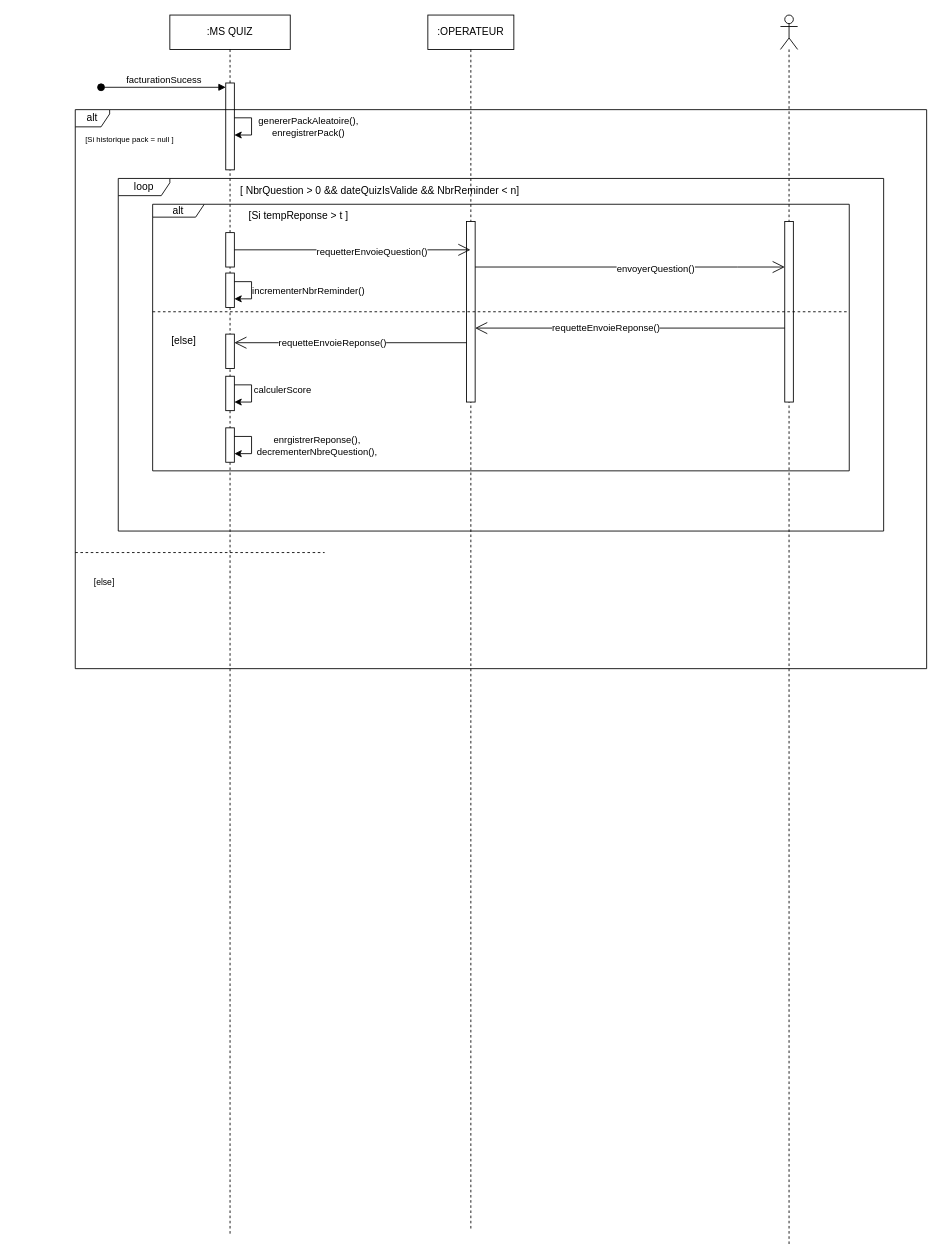
kbvac/Diagramme-UML keeps this draw.io diagram as page "DS-MODELE-GAME-B1" (3 of 5) of QuizDiagram.drawio. Above is the earlier version. Source tidied: cells renumbered, new cells numbered last; positions are measured from the earlier drawing's top-left corner, leaving out a move shared by most shapes. Both pictures are drawn from the tidied source at 86%, with x=0, y=0 at pixel (75, 15).
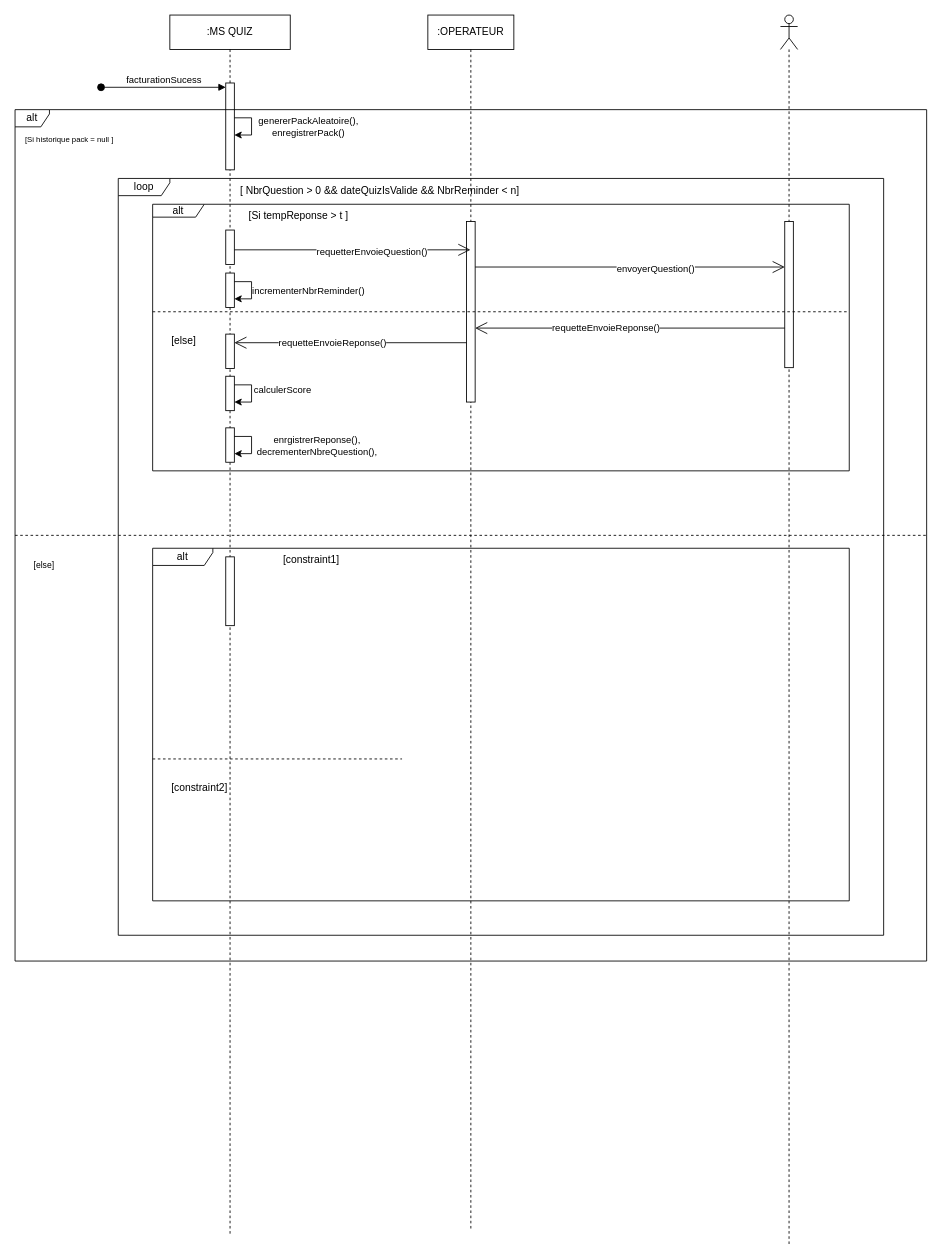
After the change.

Unchanged cells that the change refers to:
```xml
<mxCell id="2" style="shape=umlLifeline;perimeter=lifelinePerimeter;whiteSpace=wrap;html=1;newEdgeStyle={&quot;curved&quot;:0,&quot;rounded&quot;:0};participant=umlActor;" parent="1" vertex="1">
  <mxGeometry x="820" width="20" height="1430" as="geometry" />
</mxCell>
<mxCell id="5" style="html=1;points=[[0,0,0,0,5],[0,1,0,0,-5],[1,0,0,0,5],[1,1,0,0,-5]];perimeter=orthogonalPerimeter;outlineConnect=0;targetShapes=umlLifeline;portConstraint=eastwest;newEdgeStyle={&quot;curved&quot;:0,&quot;rounded&quot;:0};" parent="4" vertex="1">
  <mxGeometry x="45" y="240" width="10" height="210" as="geometry" />
</mxCell>
<mxCell id="6" value=":MS QUIZ" style="shape=umlLifeline;perimeter=lifelinePerimeter;whiteSpace=wrap;html=1;newEdgeStyle={&quot;edgeStyle&quot;:&quot;elbowEdgeStyle&quot;,&quot;elbow&quot;:&quot;vertical&quot;,&quot;curved&quot;:0,&quot;rounded&quot;:0};" parent="1" vertex="1">
  <mxGeometry x="110" width="140" height="1420" as="geometry" />
</mxCell>
```

The edit, as a diff of the source:
```diff
@@
     <mxCell id="3" style="html=1;points=[[0,0,0,0,5],[0,1,0,0,-5],[1,0,0,0,5],[1,1,0,0,-5]];perimeter=orthogonalPerimeter;outlineConnect=0;targetShapes=umlLifeline;portConstraint=eastwest;newEdgeStyle={&quot;curved&quot;:0,&quot;rounded&quot;:0};" parent="2" vertex="1">
-      <mxGeometry x="5" y="240" width="10" height="210" as="geometry" />
+      <mxGeometry x="5" y="240" width="10" height="170" as="geometry" />
     </mxCell>
@@
+    <mxCell id="24" style="html=1;points=[[0,0,0,0,5],[0,1,0,0,-5],[1,0,0,0,5],[1,1,0,0,-5]];perimeter=orthogonalPerimeter;outlineConnect=0;targetShapes=umlLifeline;portConstraint=eastwest;newEdgeStyle={&quot;curved&quot;:0,&quot;rounded&quot;:0};" parent="6" vertex="1">
+      <mxGeometry x="65" y="250" width="10" height="40" as="geometry" />
+    </mxCell>
     <mxCell id="21" value="alt" style="shape=umlFrame;whiteSpace=wrap;html=1;width=40;height=20;" parent="1" vertex="1">
-      <mxGeometry y="110" width="990" height="650" as="geometry" />
+      <mxGeometry x="-70" y="110" width="1060" height="990" as="geometry" />
     </mxCell>
@@
     <mxCell id="23" value="&lt;font style=&quot;font-size: 10px;&quot;&gt;[else]&lt;/font&gt;" style="line;strokeWidth=1;dashed=1;labelPosition=center;verticalLabelPosition=bottom;align=left;verticalAlign=top;spacingLeft=20;spacingTop=15;html=1;whiteSpace=wrap;" parent="21" vertex="1">
-      <mxGeometry y="510" width="290" height="10" as="geometry" />
+      <mxGeometry y="490" width="1060" height="10" as="geometry" />
     </mxCell>
-    <mxCell id="24" style="html=1;points=[[0,0,0,0,5],[0,1,0,0,-5],[1,0,0,0,5],[1,1,0,0,-5]];perimeter=orthogonalPerimeter;outlineConnect=0;targetShapes=umlLifeline;portConstraint=eastwest;newEdgeStyle={&quot;curved&quot;:0,&quot;rounded&quot;:0};" parent="21" vertex="1">
-      <mxGeometry x="175" y="143" width="10" height="40" as="geometry" />
-    </mxCell>
-    <mxCell id="25" style="endArrow=open;endFill=1;endSize=12;html=1;rounded=0;" parent="21" edge="1">
-      <mxGeometry relative="1" as="geometry">
-        <mxPoint x="465" y="183" as="sourcePoint" />
-        <mxPoint x="825" y="183" as="targetPoint" />
-        <Array as="points">
-          <mxPoint x="770" y="183" />
-        </Array>
-      </mxGeometry>
-    </mxCell>
-    <mxCell id="26" value="envoyerQuestion()" style="edgeLabel;html=1;align=center;verticalAlign=middle;" parent="25" vertex="1">
-      <mxGeometry x="0.16" y="-1" relative="1" as="geometry" />
-    </mxCell>
@@
     <mxCell id="29" value="loop" style="shape=umlFrame;whiteSpace=wrap;html=1;width=60;height=20;" parent="1" vertex="1">
-      <mxGeometry x="50" y="190" width="890" height="410" as="geometry" />
+      <mxGeometry x="50" y="190" width="890" height="880" as="geometry" />
     </mxCell>
@@
+    <mxCell id="38" style="html=1;perimeter=orthogonalPerimeter;targetShapes=umlLifeline;newEdgeStyle={&quot;curved&quot;:0,&quot;rounded&quot;:0};" parent="29" vertex="1">
+      <mxGeometry x="125" y="440" width="10" height="80" as="geometry" />
+    </mxCell>
+    <mxCell id="39" value="alt" style="shape=umlFrame;whiteSpace=wrap;html=1;width=70;height=20;" parent="29" vertex="1">
+      <mxGeometry x="40" y="430" width="810" height="410" as="geometry" />
+    </mxCell>
+    <mxCell id="40" value="[constraint1]" style="text;html=1;" parent="39" vertex="1">
+      <mxGeometry width="100" height="20" relative="1" as="geometry">
+        <mxPoint x="150" as="offset" />
+      </mxGeometry>
+    </mxCell>
+    <mxCell id="41" value="[constraint2]" style="line;strokeWidth=1;dashed=1;labelPosition=center;verticalLabelPosition=bottom;align=left;verticalAlign=top;spacingLeft=20;spacingTop=15;html=1;whiteSpace=wrap;" parent="39" vertex="1">
+      <mxGeometry y="240" width="290" height="10" as="geometry" />
+    </mxCell>
@@
+    <mxCell id="25" style="endArrow=open;endFill=1;endSize=12;html=1;rounded=0;" parent="1" edge="1" source="5" target="3">
+      <mxGeometry relative="1" as="geometry">
+        <Array as="points">
+          <mxPoint x="700" y="293" />
+        </Array>
+      </mxGeometry>
+    </mxCell>
+    <mxCell id="26" value="envoyerQuestion()" style="edgeLabel;html=1;align=center;verticalAlign=middle;" parent="25" vertex="1">
+      <mxGeometry x="0.16" y="-1" relative="1" as="geometry" />
+    </mxCell>
```
